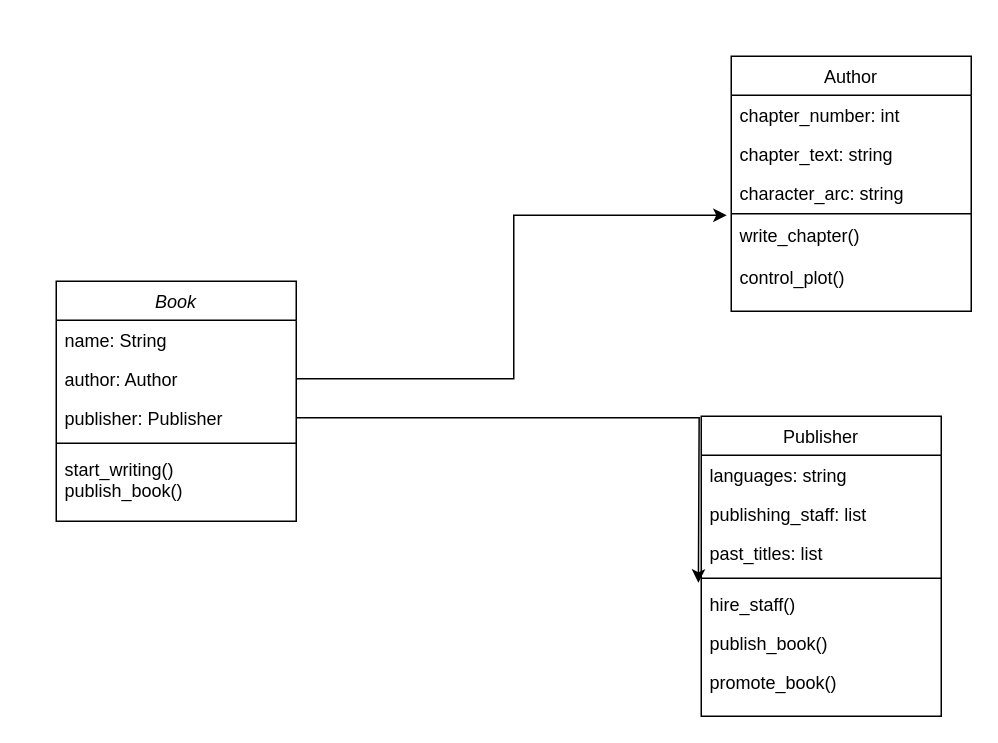
Before: class_book.drawio in Michael-Python/class_initial_work, a draw.io diagram. Source tidied: cells renumbered, new cells numbered last; positions are measured from the earlier drawing's top-left corner, leaving out a move shared by most shapes. Both pictures are drawn from the tidied source at 150%, with x=0, y=0 at pixel (56, 56).
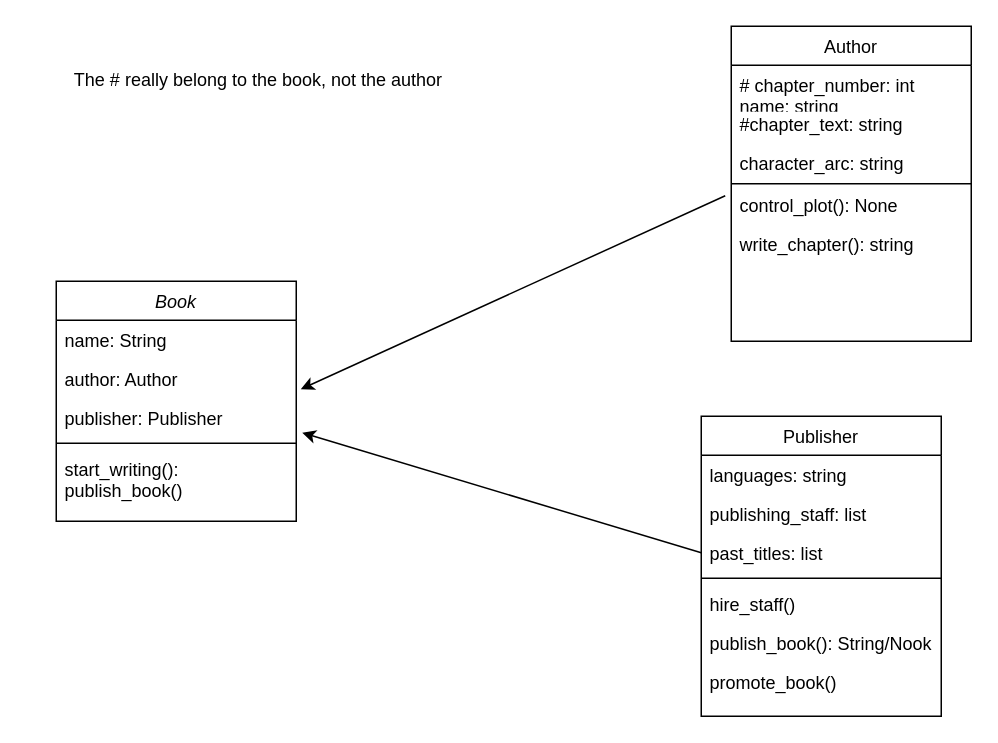
The same diagram, later.

Commit message:
Clarifying attributes belonging to Author

The change refers to these unchanged cells:
```xml
<mxCell id="2" value="Publisher" style="swimlane;fontStyle=0;align=center;verticalAlign=top;horizontal=1;startSize=26;rounded=0;shadow=0;strokeWidth=1;" parent="1" vertex="1">
  <mxGeometry x="430" y="240" width="160" height="200" as="geometry" />
</mxCell>
<mxCell id="5" value="past_titles: list" style="text;align=left;verticalAlign=top;spacingLeft=4;spacingRight=4;overflow=hidden;points=[[0,0.5],[1,0.5]];portConstraint=eastwest;rounded=0;shadow=0;html=0;" parent="2" vertex="1">
  <mxGeometry y="78" width="160" height="26" as="geometry" />
</mxCell>
<mxCell id="11" value="Book" style="swimlane;fontStyle=2;align=center;verticalAlign=top;horizontal=1;startSize=26;rounded=0;shadow=0;strokeWidth=1;" parent="1" vertex="1">
  <mxGeometry y="150" width="160" height="160" as="geometry" />
</mxCell>
<mxCell id="13" value="author: Author" style="text;align=left;verticalAlign=top;spacingLeft=4;spacingRight=4;overflow=hidden;points=[[0,0.5],[1,0.5]];portConstraint=eastwest;rounded=0;shadow=0;html=0;" parent="11" vertex="1">
  <mxGeometry y="52" width="160" height="26" as="geometry" />
</mxCell>
<mxCell id="14" value="publisher: Publisher" style="text;align=left;verticalAlign=top;spacingLeft=4;spacingRight=4;overflow=hidden;points=[[0,0.5],[1,0.5]];portConstraint=eastwest;rounded=0;shadow=0;html=0;" parent="11" vertex="1">
  <mxGeometry y="78" width="160" height="26" as="geometry" />
</mxCell>
<mxCell id="21" value="character_arc: string" style="text;align=left;verticalAlign=top;spacingLeft=4;spacingRight=4;overflow=hidden;points=[[0,0.5],[1,0.5]];portConstraint=eastwest;rounded=0;shadow=0;html=0;" parent="18" vertex="1">
  <mxGeometry y="78" width="160" height="26" as="geometry" />
</mxCell>
```

What changed in the source:
```diff
@@
-    <mxCell id="8" value="publish_book()" style="text;align=left;verticalAlign=top;spacingLeft=4;spacingRight=4;overflow=hidden;" parent="2" vertex="1">
+    <mxCell id="8" value="publish_book(): String/Nook" style="text;align=left;verticalAlign=top;spacingLeft=4;spacingRight=4;overflow=hidden;" parent="2" vertex="1">
       <mxGeometry y="138" width="160" height="26" as="geometry" />
     </mxCell>
@@
-    <mxCell id="10" style="edgeStyle=orthogonalEdgeStyle;rounded=0;jettySize=auto;html=1;exitX=1;exitY=0.5;exitDx=0;exitDy=0;entryX=-0.012;entryY=0.269;entryDx=0;entryDy=0;entryPerimeter=0;" parent="1" edge="1" source="14">
-      <mxGeometry relative="1" as="geometry">
-        <mxPoint x="428.1" y="351" as="targetPoint" />
-      </mxGeometry>
-    </mxCell>
@@
-    <mxCell id="16" value="start_writing()&#10;publish_book()" style="text;align=left;verticalAlign=top;spacingLeft=4;spacingRight=4;overflow=hidden;" parent="11" vertex="1">
+    <mxCell id="16" value="start_writing(): &#10;publish_book()" style="text;align=left;verticalAlign=top;spacingLeft=4;spacingRight=4;overflow=hidden;" parent="11" vertex="1">
       <mxGeometry y="112" width="160" height="48" as="geometry" />
     </mxCell>
-    <mxCell id="17" style="edgeStyle=orthogonalEdgeStyle;rounded=0;jettySize=auto;html=1;exitX=1;exitY=0.5;exitDx=0;exitDy=0;entryX=-0.019;entryY=1.077;entryDx=0;entryDy=0;entryPerimeter=0;" parent="1" edge="1" source="13" target="21">
-      <mxGeometry relative="1" as="geometry" />
-    </mxCell>
     <mxCell id="18" value="Author" style="swimlane;fontStyle=0;align=center;verticalAlign=top;horizontal=1;startSize=26;rounded=0;shadow=0;strokeWidth=1;" parent="1" vertex="1">
-      <mxGeometry x="450" width="160" height="170" as="geometry" />
+      <mxGeometry x="450" y="-20" width="160" height="210" as="geometry" />
     </mxCell>
-    <mxCell id="19" value="chapter_number: int" style="text;align=left;verticalAlign=top;spacingLeft=4;spacingRight=4;overflow=hidden;" parent="18" vertex="1">
+    <mxCell id="19" value="# chapter_number: int&#10;name: string" style="text;align=left;verticalAlign=top;spacingLeft=4;spacingRight=4;overflow=hidden;" parent="18" vertex="1">
       <mxGeometry y="26" width="160" height="26" as="geometry" />
     </mxCell>
-    <mxCell id="20" value="chapter_text: string" style="text;align=left;verticalAlign=top;spacingLeft=4;spacingRight=4;overflow=hidden;rounded=0;shadow=0;html=0;" parent="18" vertex="1">
+    <mxCell id="20" value="#chapter_text: string" style="text;align=left;verticalAlign=top;spacingLeft=4;spacingRight=4;overflow=hidden;rounded=0;shadow=0;html=0;" parent="18" vertex="1">
       <mxGeometry y="52" width="160" height="26" as="geometry" />
     </mxCell>
@@
+    <mxCell id="24" value="control_plot(): None" style="text;align=left;verticalAlign=top;spacingLeft=4;spacingRight=4;overflow=hidden;points=[[0,0.5],[1,0.5]];portConstraint=eastwest;" parent="18" vertex="1">
+      <mxGeometry y="106" width="160" height="26" as="geometry" />
+    </mxCell>
-    <mxCell id="23" value="write_chapter()" style="text;align=left;verticalAlign=top;spacingLeft=4;spacingRight=4;overflow=hidden;" parent="18" vertex="1">
-      <mxGeometry y="106" width="160" height="28" as="geometry" />
+    <mxCell id="23" value="write_chapter(): string" style="text;align=left;verticalAlign=top;spacingLeft=4;spacingRight=4;overflow=hidden;" parent="18" vertex="1">
+      <mxGeometry y="132" width="160" height="28" as="geometry" />
     </mxCell>
-    <mxCell id="24" value="control_plot()" style="text;align=left;verticalAlign=top;spacingLeft=4;spacingRight=4;overflow=hidden;points=[[0,0.5],[1,0.5]];portConstraint=eastwest;" parent="18" vertex="1">
-      <mxGeometry y="134" width="160" height="26" as="geometry" />
-    </mxCell>
+    <mxCell id="25" value="The # really belong to the book, not the author" style="text;html=1;strokeColor=none;fillColor=none;align=center;verticalAlign=middle;whiteSpace=wrap;rounded=0;" parent="1" vertex="1">
+      <mxGeometry x="-20" y="6" width="310" height="20" as="geometry" />
+    </mxCell>
+    <mxCell id="26" style="endArrow=classic;html=1;exitX=-0.025;exitY=0.269;exitDx=0;exitDy=0;exitPerimeter=0;entryX=1.019;entryY=0.769;entryDx=0;entryDy=0;entryPerimeter=0;" parent="1" edge="1" source="24" target="13">
+      <mxGeometry relative="1" as="geometry" />
+    </mxCell>
+    <mxCell id="27" style="endArrow=classic;html=1;exitX=0;exitY=0.5;exitDx=0;exitDy=0;entryX=1.025;entryY=0.885;entryDx=0;entryDy=0;entryPerimeter=0;" parent="1" edge="1" source="5" target="14">
+      <mxGeometry relative="1" as="geometry" />
+    </mxCell>
```
